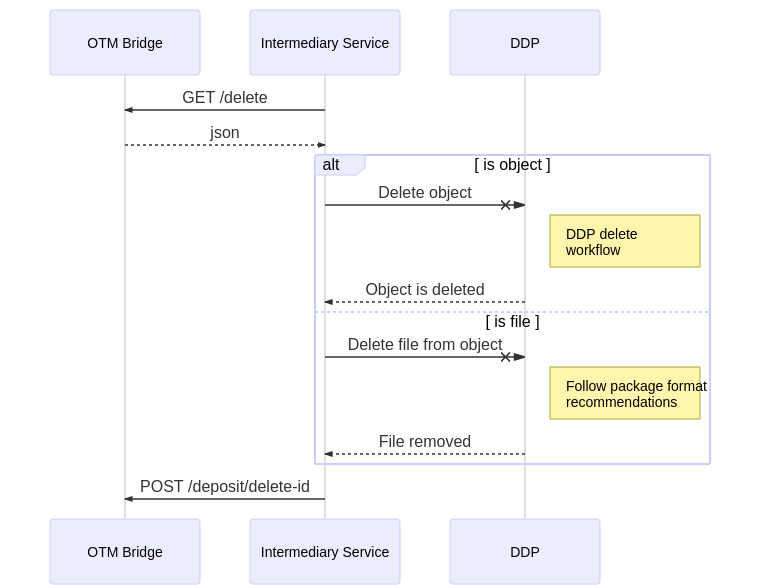
ucsdlib/otm-specs keeps this Mermaid diagram as images/ddp_delete.png. Above is the earlier version. Its source is kept beside it as images/ddp_delete.mmd.
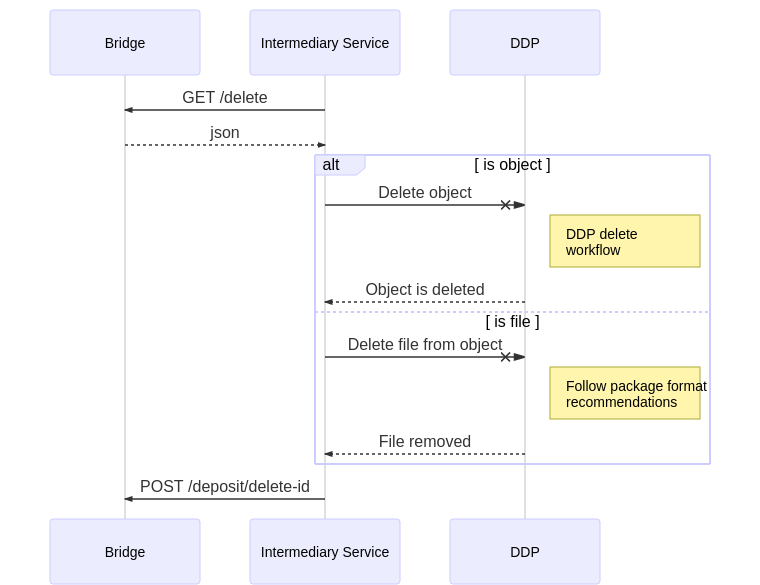
After the commit.

Commit message:
Remove OTM from Bridge name for consistency

The edit, as a diff of the source:
```diff
@@ -1,5 +1,5 @@
 sequenceDiagram
-  participant B as OTM Bridge
+  participant B as Bridge
   participant C as Intermediary Service
   participant D as DDP
 
```
